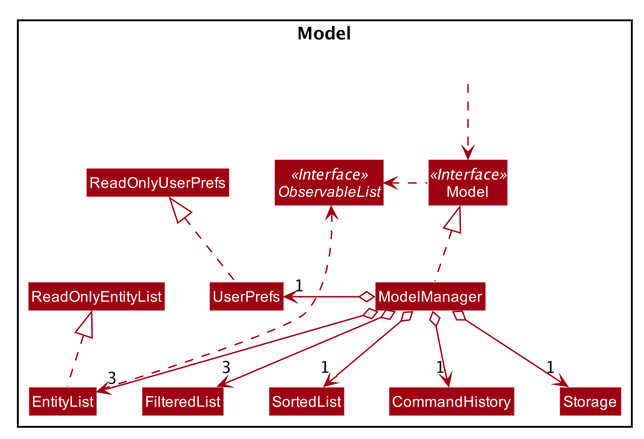
This is docs/images/ModelClassDiagram.png from AY1920S1-CS2103T-F11-1/main, a PlantUML export, as it was before one commit. The source it was exported from:
```plantuml
@startuml












skinparam BackgroundColor #FFFFFFF

skinparam Shadowing false

skinparam Class {
    FontColor #FFFFFF
    BorderThickness 1
    BorderColor #FFFFFF
    StereotypeFontColor #FFFFFF
    FontName Arial
}

skinparam Actor {
    BorderColor #000000
    Color #000000
    FontName Arial
}

skinparam Sequence {
    MessageAlign center
    BoxFontSize 15
    BoxPadding 0
    BoxFontColor #FFFFFF
    FontName Arial
}

skinparam Participant {
    FontColor #FFFFFFF
    Padding 20
}

skinparam MinClassWidth 50
skinparam ParticipantPadding 10
skinparam Shadowing false
skinparam DefaultTextAlignment center
skinparam packageStyle Rectangle

hide footbox
hide members
hide circle
skinparam arrowThickness 1.1
skinparam arrowColor #9D0012
skinparam classBackgroundColor #9D0012

Package Model <<Rectangle>>{
Interface Model <<Interface>>
Interface ObservableList <<Interface>>
Class ReadOnlyEntityList
Class Model
Class ModelManager
Class UserPrefs
Class ReadOnlyUserPrefs
Class EntityList

Class HiddenOutside #FFFFFF
HiddenOutside ..> Model

EntityList .up.|> ReadOnlyEntityList

ModelManager .up.|> Model
Model .left.> ObservableList
ModelManager o--> "3" EntityList
ModelManager o-left-> "1" UserPrefs
UserPrefs .up.|> ReadOnlyUserPrefs
ModelManager o--> "1" Storage
ModelManager o--> "3" FilteredList
ModelManager o--> "1" SortedList
ModelManager o--> "1" CommandHistory
EntityList .up.> ObservableList
@enduml
```
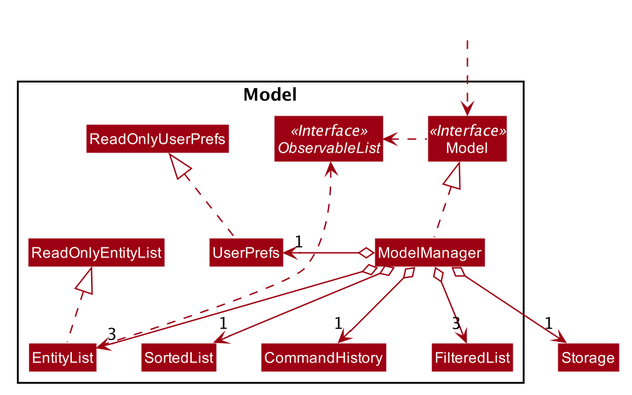
The same file after the commit.

Diff of the diagram source:
```diff
@@ -64,6 +64,10 @@
 Class UserPrefs
 Class ReadOnlyUserPrefs
 Class EntityList
+Class FilteredList
+Class SortedList
+Class CommandHistory
+}
 
 Class HiddenOutside #FFFFFF
 HiddenOutside ..> Model
```
